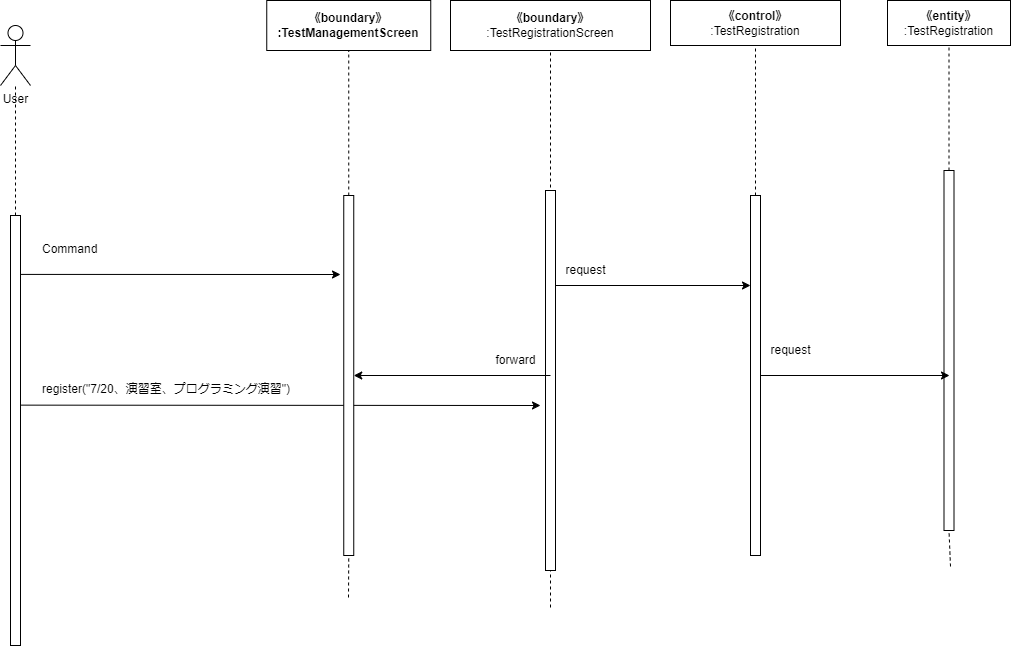
Before: Design/Sequence-5.drawio.png, a diagram exported from draw.io (Hu-Hanxu/First-App-Self-Management-). Source tidied: cells renumbered, new cells last; positions are measured from the earlier drawing's top-left corner, leaving out a move shared by most shapes. The source it was exported from:
```xml
<mxGraphModel>
  <root>
    <mxCell id="0" />
    <mxCell id="1" parent="0" />
    <mxCell id="2" value="User" style="shape=umlActor;verticalLabelPosition=bottom;verticalAlign=top;html=1;outlineConnect=0;" parent="1" vertex="1">
      <mxGeometry y="25" width="30" height="60" as="geometry" />
    </mxCell>
    <mxCell id="3" style="endArrow=none;dashed=1;html=1;exitX=0.5;exitY=0;exitDx=0;exitDy=0;" parent="1" edge="1" target="2">
      <mxGeometry relative="1" as="geometry">
        <mxPoint x="15" y="215" as="sourcePoint" />
      </mxGeometry>
    </mxCell>
    <mxCell id="4" value="&lt;span style=&quot;font-weight: 700;&quot;&gt;《boundary》&lt;/span&gt;&lt;br style=&quot;font-weight: 700;&quot;&gt;&lt;span style=&quot;font-weight: 700;&quot;&gt;:Test&lt;/span&gt;&lt;b&gt;ManagementScreen&lt;/b&gt;" style="rounded=0;whiteSpace=wrap;html=1;" parent="1" vertex="1">
      <mxGeometry x="266.2" width="164" height="50" as="geometry" />
    </mxCell>
    <mxCell id="5" value="&lt;span style=&quot;font-weight: 700;&quot;&gt;《boundary》&lt;/span&gt;&lt;br&gt;:TestRegistrationScreen" style="rounded=0;whiteSpace=wrap;html=1;" parent="1" vertex="1">
      <mxGeometry x="450" width="200" height="50" as="geometry" />
    </mxCell>
    <mxCell id="6" value="&lt;span style=&quot;font-weight: 700;&quot;&gt;《control》&lt;br&gt;&lt;/span&gt;:TestRegistration" style="rounded=0;whiteSpace=wrap;html=1;" parent="1" vertex="1">
      <mxGeometry x="670" width="170" height="45" as="geometry" />
    </mxCell>
    <mxCell id="7" style="endArrow=classic;html=1;exitX=0.162;exitY=0.441;exitDx=0;exitDy=0;exitPerimeter=0;" parent="1" edge="1" source="8">
      <mxGeometry relative="1" as="geometry">
        <mxPoint x="540" y="405" as="targetPoint" />
      </mxGeometry>
    </mxCell>
    <mxCell id="8" style="rounded=0;whiteSpace=wrap;html=1;" parent="1" vertex="1">
      <mxGeometry x="10" y="215" width="10" height="430" as="geometry" />
    </mxCell>
    <mxCell id="9" style="endArrow=none;dashed=1;html=1;entryX=0.5;entryY=1;entryDx=0;entryDy=0;startArrow=none;" parent="1" edge="1" source="11" target="4">
      <mxGeometry relative="1" as="geometry" />
    </mxCell>
    <mxCell id="10" style="endArrow=none;dashed=1;html=1;entryX=0.5;entryY=1;entryDx=0;entryDy=0;" parent="1" edge="1" target="11">
      <mxGeometry relative="1" as="geometry">
        <mxPoint x="348" y="597" as="sourcePoint" />
      </mxGeometry>
    </mxCell>
    <mxCell id="11" style="rounded=0;whiteSpace=wrap;html=1;" parent="1" vertex="1">
      <mxGeometry x="343.2" y="195" width="10" height="360" as="geometry" />
    </mxCell>
    <mxCell id="12" style="endArrow=none;dashed=1;html=1;entryX=0.5;entryY=1;entryDx=0;entryDy=0;" parent="1" edge="1" target="5">
      <mxGeometry relative="1" as="geometry">
        <mxPoint x="550" y="607" as="sourcePoint" />
      </mxGeometry>
    </mxCell>
    <mxCell id="13" style="rounded=0;whiteSpace=wrap;html=1;" parent="1" vertex="1">
      <mxGeometry x="545" y="190" width="10" height="380" as="geometry" />
    </mxCell>
    <mxCell id="14" style="endArrow=none;dashed=1;html=1;entryX=0.5;entryY=1;entryDx=0;entryDy=0;startArrow=none;" parent="1" edge="1" source="15" target="6">
      <mxGeometry relative="1" as="geometry" />
    </mxCell>
    <mxCell id="15" style="rounded=0;whiteSpace=wrap;html=1;" parent="1" vertex="1">
      <mxGeometry x="750" y="195" width="10" height="360" as="geometry" />
    </mxCell>
    <mxCell id="16" value="&lt;span style=&quot;font-weight: 700;&quot;&gt;《entity》&lt;/span&gt;&lt;br&gt;:TestRegistration" style="rounded=0;whiteSpace=wrap;html=1;" parent="1" vertex="1">
      <mxGeometry x="887" width="123" height="45" as="geometry" />
    </mxCell>
    <mxCell id="17" style="endArrow=none;dashed=1;html=1;entryX=0.5;entryY=1;entryDx=0;entryDy=0;startArrow=none;" parent="1" edge="1" source="19" target="16">
      <mxGeometry relative="1" as="geometry" />
    </mxCell>
    <mxCell id="18" style="endArrow=none;dashed=1;html=1;entryX=0.5;entryY=1;entryDx=0;entryDy=0;" parent="1" edge="1" target="19">
      <mxGeometry relative="1" as="geometry">
        <mxPoint x="950" y="566" as="sourcePoint" />
      </mxGeometry>
    </mxCell>
    <mxCell id="19" style="rounded=0;whiteSpace=wrap;html=1;" parent="1" vertex="1">
      <mxGeometry x="943.5" y="170" width="10" height="360" as="geometry" />
    </mxCell>
    <mxCell id="20" value="register(&quot;7/20、演習室、プログラミング演習&quot;)" style="text;whiteSpace=wrap;html=1;" parent="1" vertex="1">
      <mxGeometry x="40" y="375" width="280" height="40" as="geometry" />
    </mxCell>
    <mxCell id="21" value="Command" style="text;whiteSpace=wrap;html=1;" parent="1" vertex="1">
      <mxGeometry x="40" y="235" width="90" height="40" as="geometry" />
    </mxCell>
    <mxCell id="22" style="endArrow=classic;html=1;exitX=1.055;exitY=0.137;exitDx=0;exitDy=0;exitPerimeter=0;" parent="1" edge="1" source="8">
      <mxGeometry relative="1" as="geometry">
        <mxPoint x="340" y="274" as="targetPoint" />
      </mxGeometry>
    </mxCell>
    <mxCell id="23" style="endArrow=classic;html=1;exitX=1;exitY=0.25;exitDx=0;exitDy=0;entryX=0;entryY=0.25;entryDx=0;entryDy=0;" parent="1" edge="1" source="13" target="15">
      <mxGeometry relative="1" as="geometry" />
    </mxCell>
    <mxCell id="24" value="request" style="text;html=1;align=center;verticalAlign=middle;strokeColor=none;fillColor=none;" parent="1" vertex="1">
      <mxGeometry x="555" y="255" width="60" height="30" as="geometry" />
    </mxCell>
    <mxCell id="25" style="endArrow=classic;html=1;" parent="1" edge="1" target="11">
      <mxGeometry relative="1" as="geometry">
        <mxPoint x="550" y="375" as="sourcePoint" />
      </mxGeometry>
    </mxCell>
    <mxCell id="26" value="forward" style="text;html=1;align=center;verticalAlign=middle;strokeColor=none;fillColor=none;" parent="1" vertex="1">
      <mxGeometry x="485" y="345" width="60" height="30" as="geometry" />
    </mxCell>
    <mxCell id="27" style="endArrow=classic;html=1;exitX=1;exitY=0.5;exitDx=0;exitDy=0;" parent="1" edge="1" source="15">
      <mxGeometry relative="1" as="geometry">
        <mxPoint x="949" y="375" as="targetPoint" />
      </mxGeometry>
    </mxCell>
    <mxCell id="28" value="request" style="text;html=1;align=center;verticalAlign=middle;strokeColor=none;fillColor=none;" parent="1" vertex="1">
      <mxGeometry x="760" y="335" width="60" height="30" as="geometry" />
    </mxCell>
  </root>
</mxGraphModel>
```
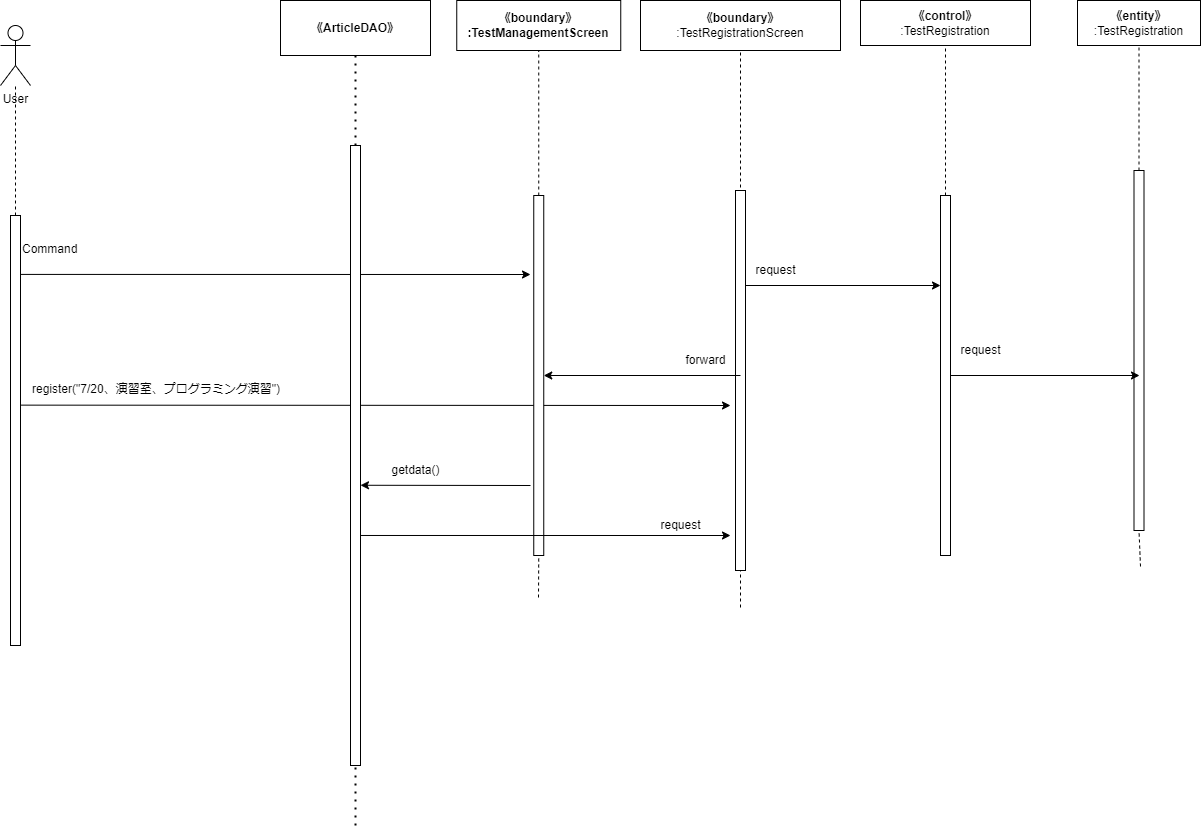
After the commit.

Diff of the diagram source:
```diff
@@ -3,11 +3,11 @@
     <mxCell id="0" />
     <mxCell id="1" parent="0" />
     <mxCell id="2" value="User" style="shape=umlActor;verticalLabelPosition=bottom;verticalAlign=top;html=1;outlineConnect=0;" parent="1" vertex="1">
-      <mxGeometry y="25" width="30" height="60" as="geometry" />
+      <mxGeometry x="-190" y="25" width="30" height="60" as="geometry" />
     </mxCell>
     <mxCell id="3" style="endArrow=none;dashed=1;html=1;exitX=0.5;exitY=0;exitDx=0;exitDy=0;" parent="1" edge="1" target="2">
       <mxGeometry relative="1" as="geometry">
-        <mxPoint x="15" y="215" as="sourcePoint" />
+        <mxPoint x="-175" y="215" as="sourcePoint" />
       </mxGeometry>
     </mxCell>
     <mxCell id="4" value="&lt;span style=&quot;font-weight: 700;&quot;&gt;《boundary》&lt;/span&gt;&lt;br style=&quot;font-weight: 700;&quot;&gt;&lt;span style=&quot;font-weight: 700;&quot;&gt;:Test&lt;/span&gt;&lt;b&gt;ManagementScreen&lt;/b&gt;" style="rounded=0;whiteSpace=wrap;html=1;" parent="1" vertex="1">
@@ -25,7 +25,7 @@
       </mxGeometry>
     </mxCell>
     <mxCell id="8" style="rounded=0;whiteSpace=wrap;html=1;" parent="1" vertex="1">
-      <mxGeometry x="10" y="215" width="10" height="430" as="geometry" />
+      <mxGeometry x="-180" y="215" width="10" height="430" as="geometry" />
     </mxCell>
     <mxCell id="9" style="endArrow=none;dashed=1;html=1;entryX=0.5;entryY=1;entryDx=0;entryDy=0;startArrow=none;" parent="1" edge="1" source="11" target="4">
       <mxGeometry relative="1" as="geometry" />
@@ -67,10 +67,10 @@
       <mxGeometry x="943.5" y="170" width="10" height="360" as="geometry" />
     </mxCell>
     <mxCell id="20" value="register(&quot;7/20、演習室、プログラミング演習&quot;)" style="text;whiteSpace=wrap;html=1;" parent="1" vertex="1">
-      <mxGeometry x="40" y="375" width="280" height="40" as="geometry" />
+      <mxGeometry x="-160" y="375" width="280" height="40" as="geometry" />
     </mxCell>
     <mxCell id="21" value="Command" style="text;whiteSpace=wrap;html=1;" parent="1" vertex="1">
-      <mxGeometry x="40" y="235" width="90" height="40" as="geometry" />
+      <mxGeometry x="-170" y="235" width="90" height="40" as="geometry" />
     </mxCell>
     <mxCell id="22" style="endArrow=classic;html=1;exitX=1.055;exitY=0.137;exitDx=0;exitDy=0;exitPerimeter=0;" parent="1" edge="1" source="8">
       <mxGeometry relative="1" as="geometry">
@@ -99,5 +99,35 @@
     <mxCell id="28" value="request" style="text;html=1;align=center;verticalAlign=middle;strokeColor=none;fillColor=none;" parent="1" vertex="1">
       <mxGeometry x="760" y="335" width="60" height="30" as="geometry" />
     </mxCell>
+    <mxCell id="29" value="&lt;span style=&quot;font-weight: 700;&quot;&gt;《&lt;/span&gt;&lt;span style=&quot;font-weight: 700;&quot;&gt;ArticleDAO&lt;/span&gt;&lt;span style=&quot;font-weight: 700;&quot;&gt;》&lt;/span&gt;" style="rounded=0;whiteSpace=wrap;html=1;" parent="1" vertex="1">
+      <mxGeometry x="90" width="150" height="55" as="geometry" />
+    </mxCell>
+    <mxCell id="30" style="endArrow=none;dashed=1;html=1;dashPattern=1 3;strokeWidth=2;entryX=0.5;entryY=1;entryDx=0;entryDy=0;startArrow=none;" parent="1" edge="1" source="32" target="29">
+      <mxGeometry relative="1" as="geometry" />
+    </mxCell>
+    <mxCell id="31" style="endArrow=none;dashed=1;html=1;dashPattern=1 3;strokeWidth=2;entryX=0.5;entryY=1;entryDx=0;entryDy=0;" parent="1" edge="1" target="32">
+      <mxGeometry relative="1" as="geometry">
+        <mxPoint x="165" y="825" as="sourcePoint" />
+      </mxGeometry>
+    </mxCell>
+    <mxCell id="32" style="rounded=0;whiteSpace=wrap;html=1;" parent="1" vertex="1">
+      <mxGeometry x="160" y="145" width="10" height="620" as="geometry" />
+    </mxCell>
+    <mxCell id="33" value="getdata()" style="text;html=1;align=center;verticalAlign=middle;strokeColor=none;fillColor=none;" parent="1" vertex="1">
+      <mxGeometry x="190" y="455" width="70" height="30" as="geometry" />
+    </mxCell>
+    <mxCell id="34" style="endArrow=classic;html=1;entryX=1;entryY=0.548;entryDx=0;entryDy=0;entryPerimeter=0;" parent="1" edge="1" target="32">
+      <mxGeometry relative="1" as="geometry">
+        <mxPoint x="340" y="485" as="sourcePoint" />
+      </mxGeometry>
+    </mxCell>
+    <mxCell id="35" style="endArrow=classic;html=1;exitX=1;exitY=0.629;exitDx=0;exitDy=0;exitPerimeter=0;" parent="1" edge="1" source="32">
+      <mxGeometry relative="1" as="geometry">
+        <mxPoint x="540" y="535" as="targetPoint" />
+      </mxGeometry>
+    </mxCell>
+    <mxCell id="36" value="request" style="text;html=1;align=center;verticalAlign=middle;strokeColor=none;fillColor=none;" parent="1" vertex="1">
+      <mxGeometry x="460" y="510" width="60" height="30" as="geometry" />
+    </mxCell>
   </root>
 </mxGraphModel>
```
